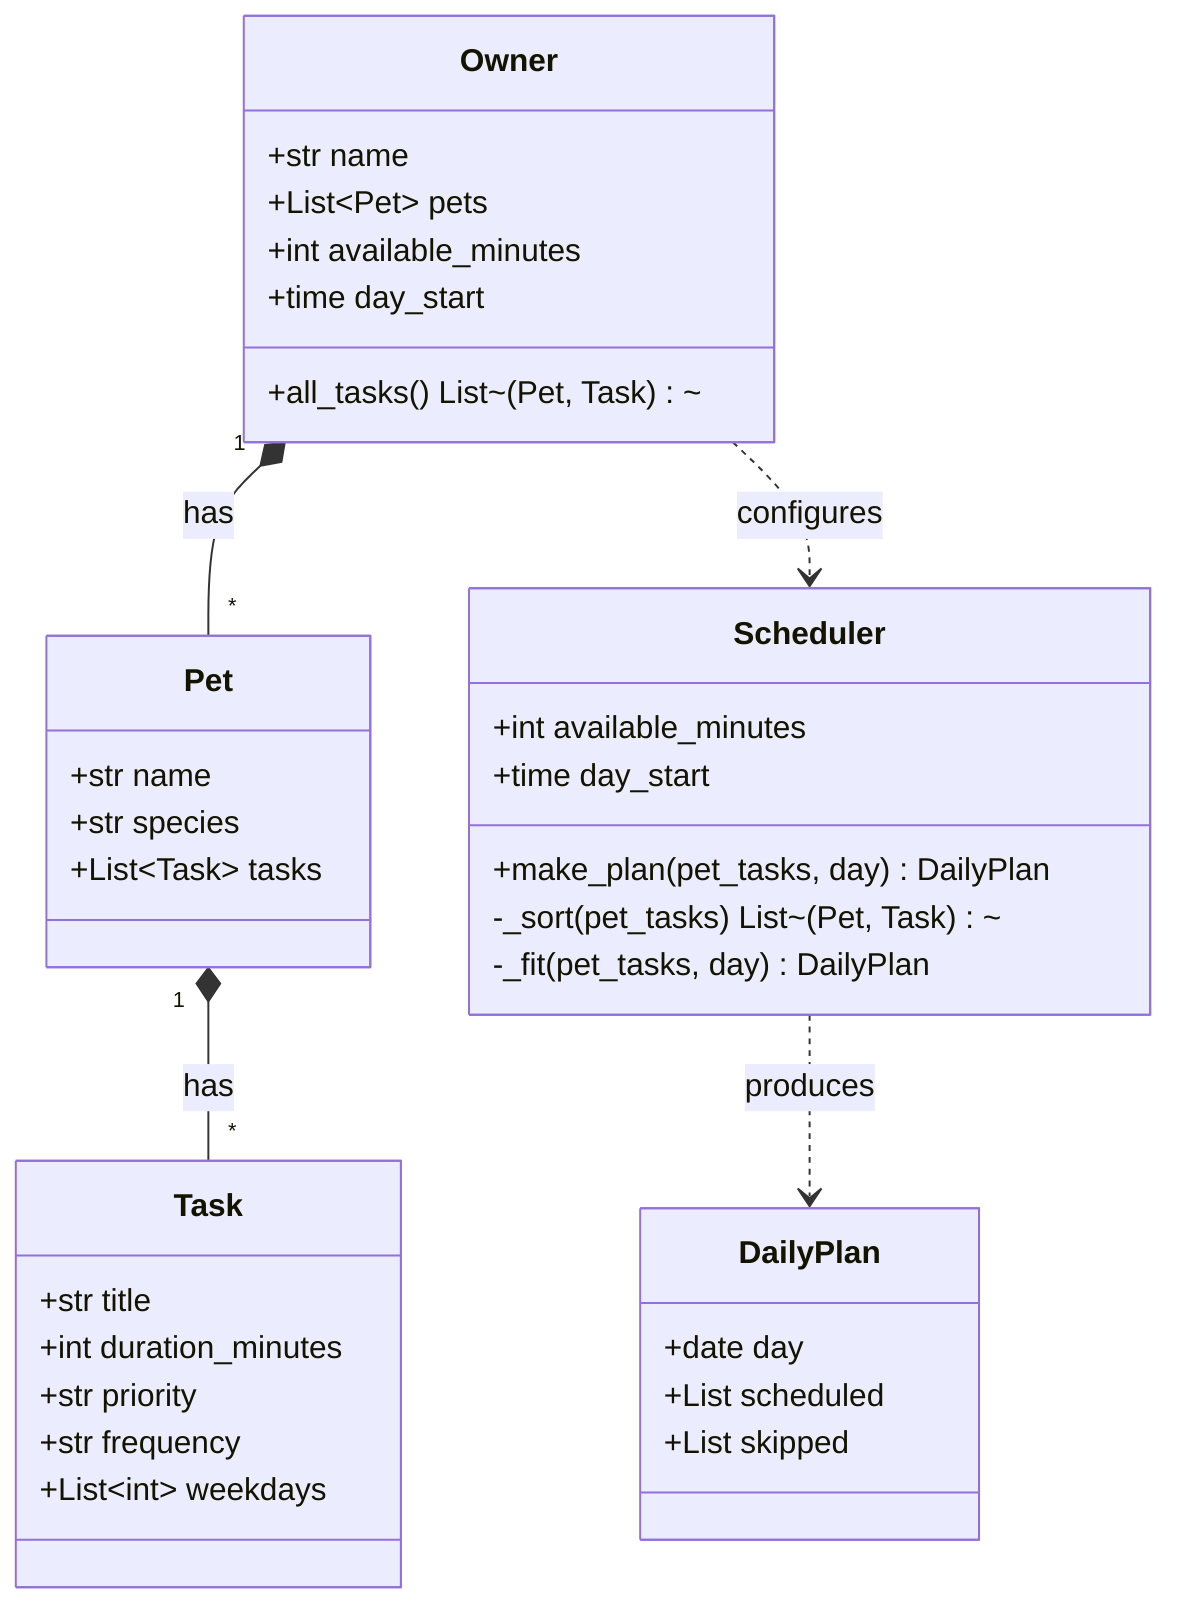
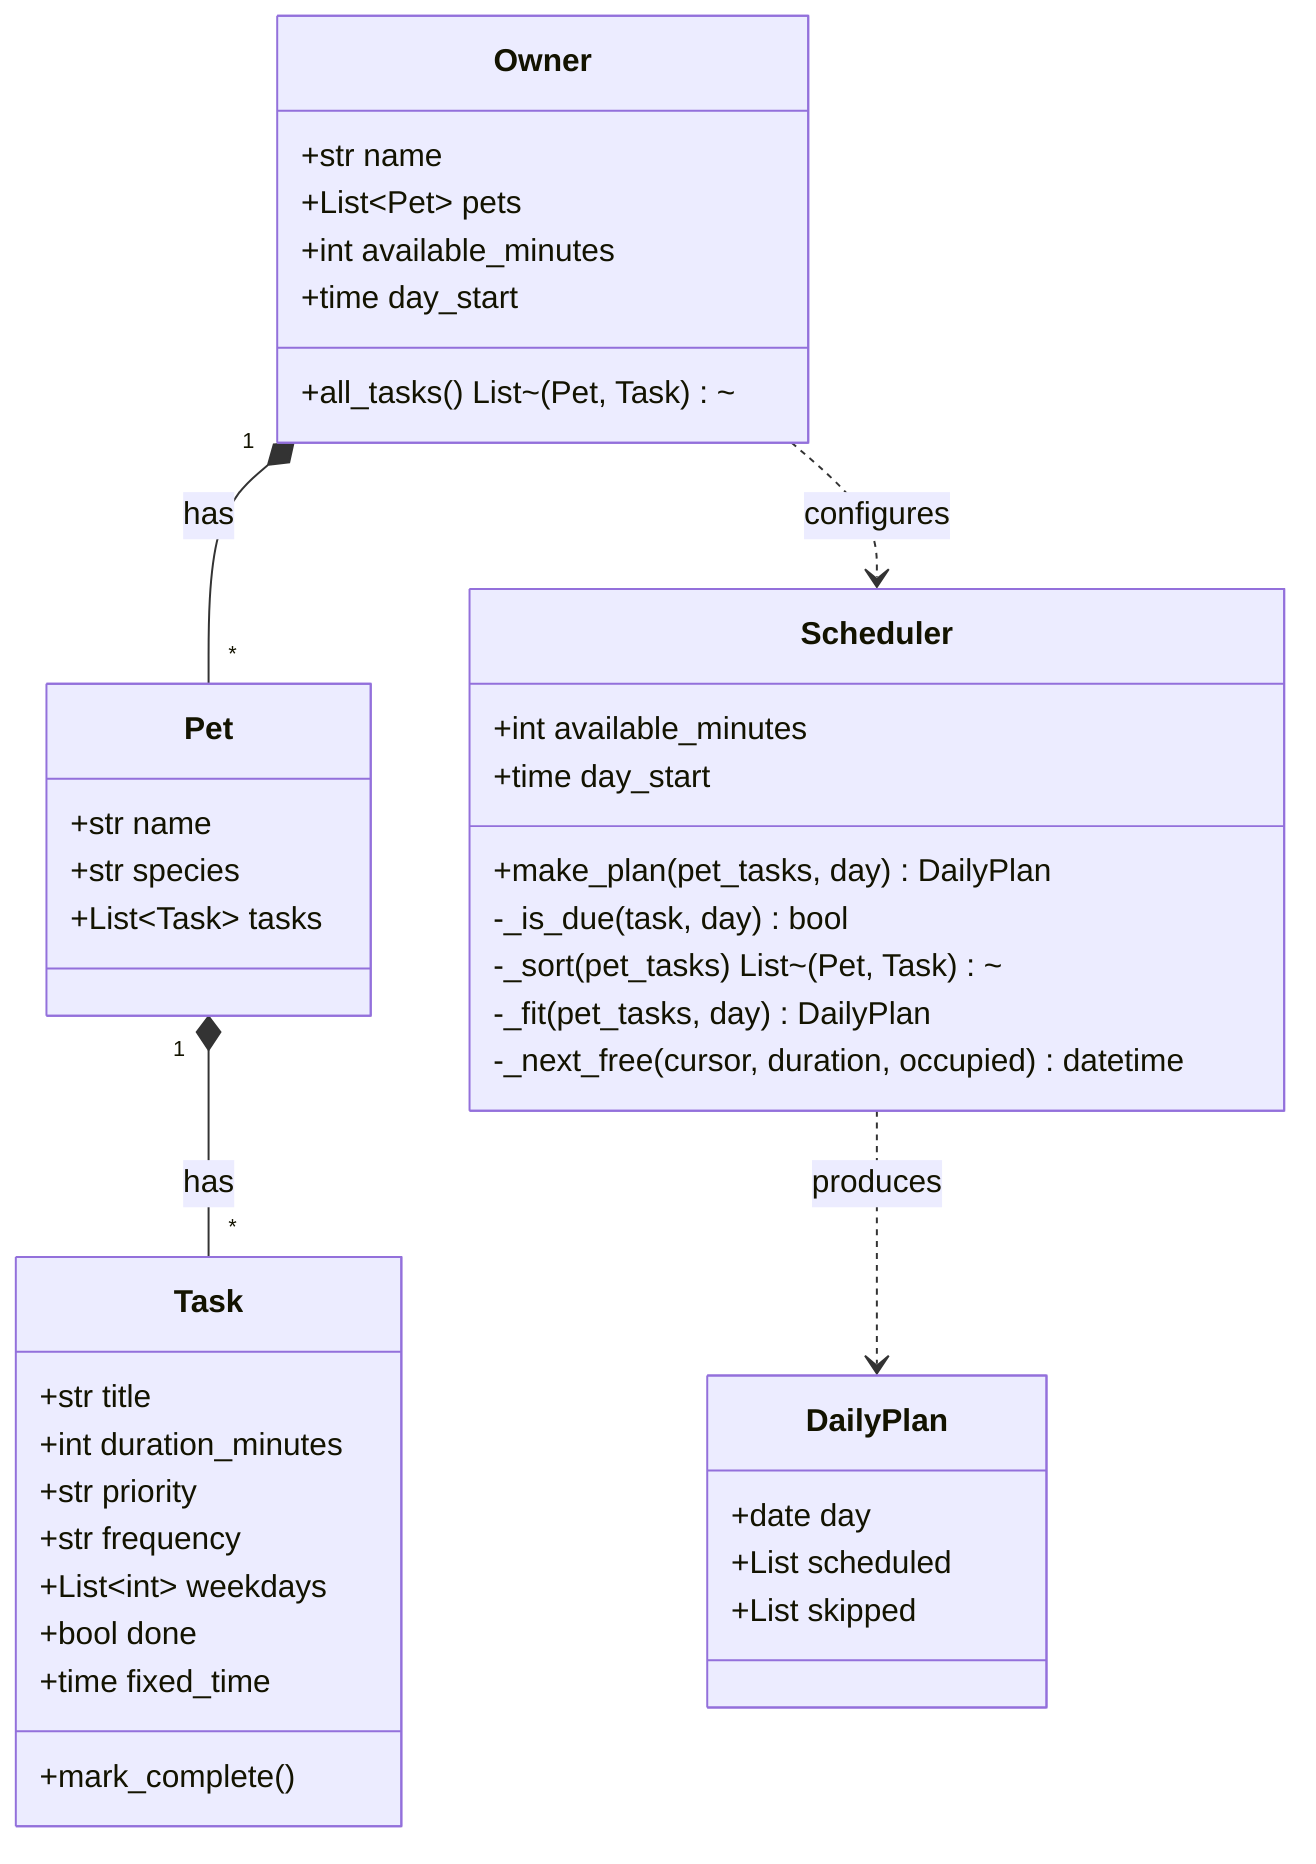
classDiagram
    class Task {
        +str title
        +int duration_minutes
        +str priority
        +str frequency
        +List~int~ weekdays
+         +bool done
+         +time fixed_time
+         +mark_complete()
    }

    class Pet {
        +str name
        +str species
        +List~Task~ tasks
    }

    class Owner {
        +str name
        +List~Pet~ pets
        +int available_minutes
        +time day_start
        +all_tasks() List~(Pet, Task)~
    }

    class DailyPlan {
        +date day
        +List scheduled
        +List skipped
    }

    class Scheduler {
        +int available_minutes
        +time day_start
        +make_plan(pet_tasks, day) DailyPlan
+         -_is_due(task, day) bool
        -_sort(pet_tasks) List~(Pet, Task)~
        -_fit(pet_tasks, day) DailyPlan
+         -_next_free(cursor, duration, occupied) datetime
    }

    Owner "1" *-- "*" Pet : has
    Pet "1" *-- "*" Task : has
    Owner ..> Scheduler : configures
    Scheduler ..> DailyPlan : produces
